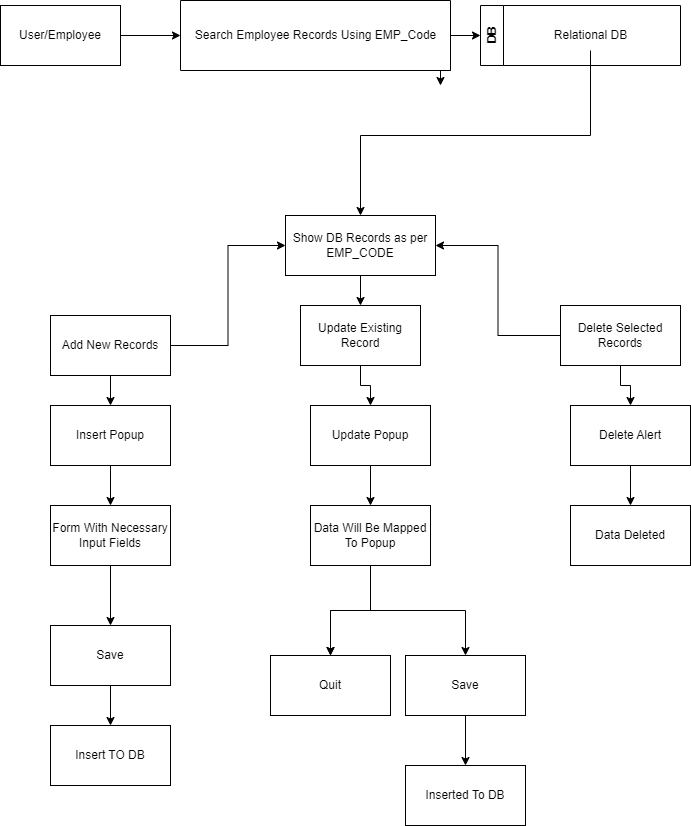
Above: eauser_report.drawio.png in mananhiteshkataria/drawio (draw.io), before the change. Source tidied: cells renumbered, new cells last; positions are measured from the earlier drawing's top-left corner, leaving out a move shared by most shapes.
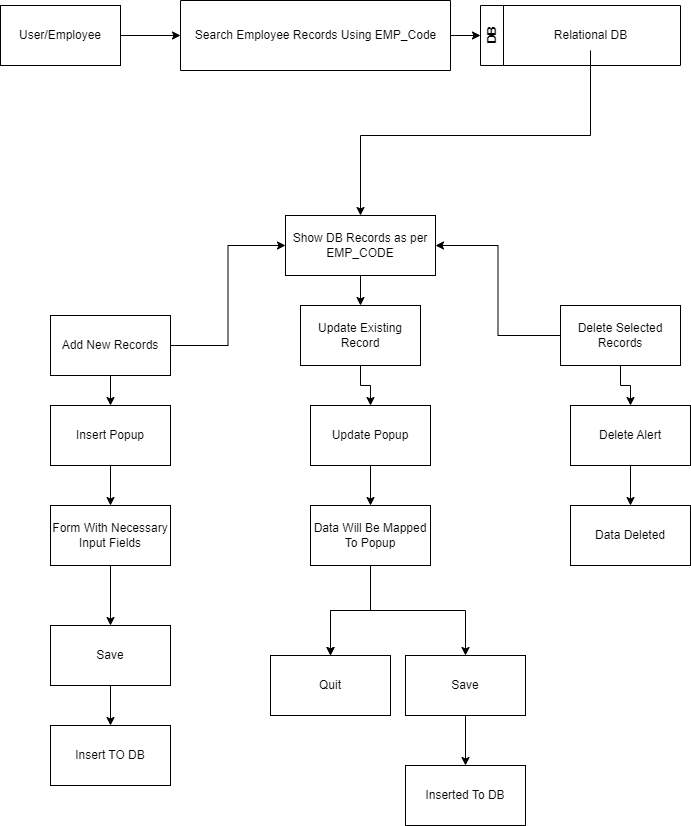
After the change.

Diff of the diagram source:
```diff
@@ -11,11 +11,6 @@
     <mxCell id="4" style="edgeStyle=orthogonalEdgeStyle;rounded=0;jettySize=auto;html=1;exitX=1;exitY=0.5;exitDx=0;exitDy=0;entryX=0;entryY=0.5;entryDx=0;entryDy=0;" parent="1" edge="1" source="6" target="8">
       <mxGeometry relative="1" as="geometry" />
     </mxCell>
-    <mxCell id="5" style="edgeStyle=orthogonalEdgeStyle;rounded=0;jettySize=auto;html=1;exitX=1;exitY=1;exitDx=0;exitDy=0;" parent="1" edge="1" source="6">
-      <mxGeometry relative="1" as="geometry">
-        <mxPoint x="440" y="85" as="targetPoint" />
-      </mxGeometry>
-    </mxCell>
     <mxCell id="6" style="swimlane;startSize=0;" parent="1" vertex="1">
       <mxGeometry x="180" width="270" height="70" as="geometry" />
     </mxCell>
```
